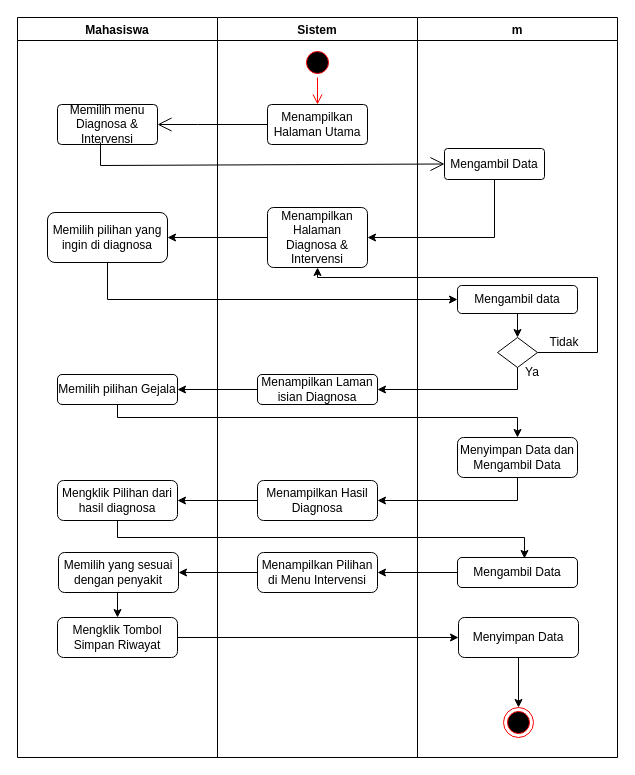
The draw.io diagram Activity Diagram Intervensi.drawio in rikaningtiasazhari/diagram, before the edit. Source tidied: cells renumbered, new cells numbered last; positions are measured from the earlier drawing's top-left corner, leaving out a move shared by most shapes. Both pictures are drawn from the tidied source at 100%, with x=0, y=0 at pixel (17, 17).
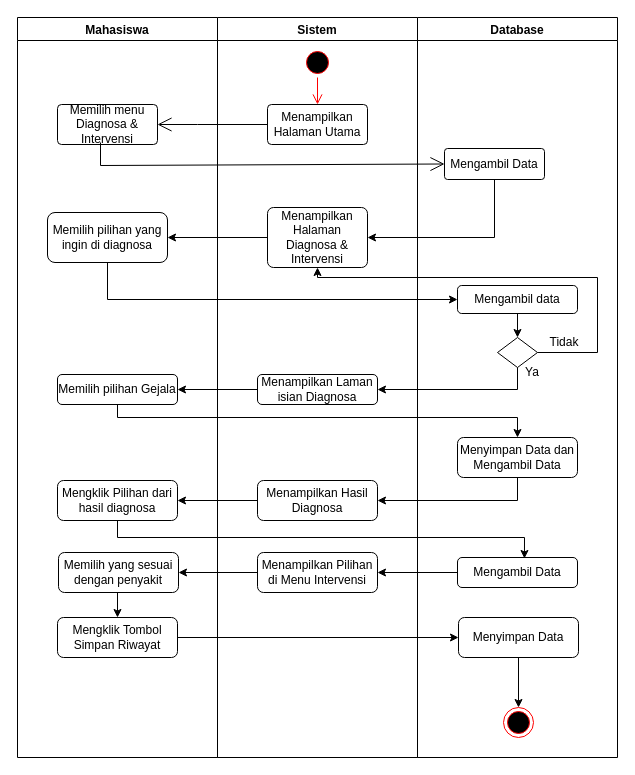
The same diagram, later.

Change to the diagram source:
```diff
@@
-    <mxCell id="18" value="m" style="swimlane;" parent="1" vertex="1">
+    <mxCell id="18" value="Database" style="swimlane;" parent="1" vertex="1">
       <mxGeometry x="400" width="200" height="740" as="geometry" />
     </mxCell>
```
